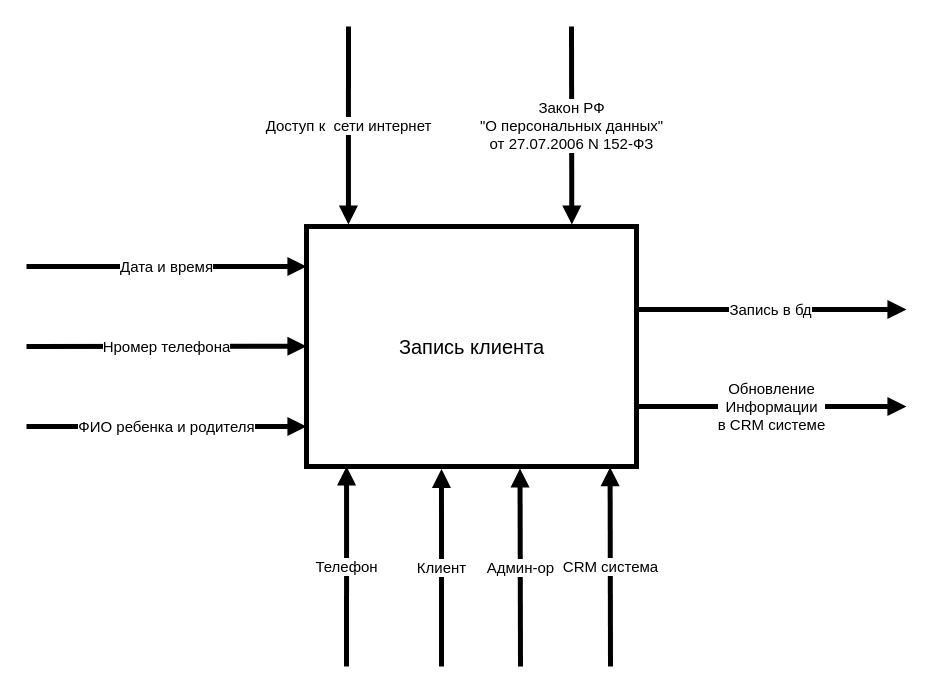
Above: TO_BE1.drawio in kirillgladkih/diplom (draw.io), before the change. Source tidied: cells renumbered, new cells numbered last; positions are measured from the earlier drawing's top-left corner, leaving out a move shared by most shapes. Both pictures are drawn from the tidied source at 100%, with x=0, y=0 at pixel (26, 26).
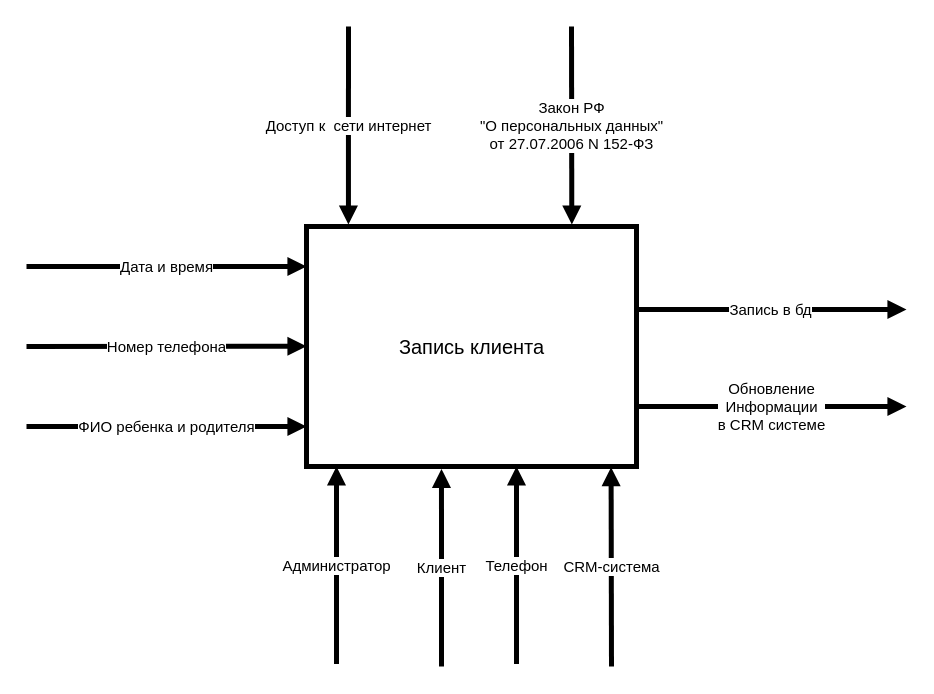
Above is the later version.

Unchanged cells that the change refers to:
```xml
<mxCell id="7" value="&lt;font style=&quot;font-size: 20px&quot;&gt;Запись клиента&lt;br&gt;&lt;/font&gt;" style="html=1;strokeWidth=5;fontSize=15;" parent="1" vertex="1">
  <mxGeometry x="280" y="200" width="330" height="240" as="geometry" />
</mxCell>
```

Diff of the diagram source:
```diff
@@
-    <mxCell id="5" value="&lt;font style=&quot;font-size: 15px;&quot;&gt;Админ-ор&lt;/font&gt;" style="endArrow=block;endFill=1;endSize=6;html=1;strokeWidth=5;entryX=0.647;entryY=1.008;entryDx=0;entryDy=0;entryPerimeter=0;fontSize=15;" parent="1" edge="1" target="7">
-      <mxGeometry relative="1" as="geometry">
-        <mxPoint x="494" y="640" as="sourcePoint" />
-      </mxGeometry>
-    </mxCell>
@@
-    <mxCell id="8" value="&lt;div&gt;&lt;font style=&quot;font-size: 15px&quot;&gt;CRM система&lt;/font&gt;&lt;br&gt;&lt;/div&gt;" style="endArrow=block;endFill=1;endSize=6;html=1;strokeWidth=5;fontSize=15;entryX=0.92;entryY=1.003;entryDx=0;entryDy=0;entryPerimeter=0;" parent="1" edge="1" target="7">
+    <mxCell id="8" value="&lt;div&gt;&lt;font style=&quot;font-size: 15px&quot;&gt;CRM-система&lt;/font&gt;&lt;br&gt;&lt;/div&gt;" style="endArrow=block;endFill=1;endSize=6;html=1;strokeWidth=5;fontSize=15;entryX=0.92;entryY=1.003;entryDx=0;entryDy=0;entryPerimeter=0;" parent="1" edge="1">
       <mxGeometry relative="1" as="geometry">
-        <mxPoint x="584" y="640" as="sourcePoint" />
+        <mxPoint x="585" y="640" as="sourcePoint" />
+        <mxPoint x="584.6" y="440.7" as="targetPoint" />
       </mxGeometry>
     </mxCell>
@@
-    <mxCell id="10" value="&lt;font style=&quot;font-size: 15px;&quot;&gt;Нромер телефона&lt;br style=&quot;font-size: 15px;&quot;&gt;&lt;/font&gt;" style="endArrow=block;endFill=1;endSize=6;html=1;strokeWidth=5;fontSize=15;" parent="1" edge="1">
+    <mxCell id="10" value="&lt;font style=&quot;font-size: 15px&quot;&gt;Номер телефона&lt;br style=&quot;font-size: 15px&quot;&gt;&lt;/font&gt;" style="endArrow=block;endFill=1;endSize=6;html=1;strokeWidth=5;fontSize=15;" parent="1" edge="1">
       <mxGeometry relative="1" as="geometry">
         <mxPoint y="320" as="sourcePoint" />
         <mxPoint x="280" y="319.7" as="targetPoint" />
       </mxGeometry>
     </mxCell>
@@
-    <mxCell id="14" value="Телефон" style="endArrow=block;endFill=1;endSize=6;html=1;strokeWidth=5;entryX=0.361;entryY=1;entryDx=0;entryDy=0;fontSize=15;entryPerimeter=0;" parent="1" edge="1">
+    <mxCell id="14" value="&lt;font style=&quot;font-size: 15px&quot;&gt;Телефон&lt;/font&gt;" style="endArrow=block;endFill=1;endSize=6;html=1;strokeWidth=5;entryX=0.409;entryY=1.01;entryDx=0;entryDy=0;fontSize=15;entryPerimeter=0;" parent="1" edge="1">
       <mxGeometry relative="1" as="geometry">
-        <mxPoint x="320" y="640" as="sourcePoint" />
-        <mxPoint x="320.1" y="440" as="targetPoint" />
+        <mxPoint x="490" y="637.6" as="sourcePoint" />
+        <mxPoint x="490" y="440" as="targetPoint" />
       </mxGeometry>
     </mxCell>
+    <mxCell id="15" value="Администратор" style="endArrow=block;endFill=1;endSize=6;html=1;strokeWidth=5;entryX=0.409;entryY=1.01;entryDx=0;entryDy=0;fontSize=15;entryPerimeter=0;" parent="1" edge="1">
+      <mxGeometry relative="1" as="geometry">
+        <mxPoint x="310" y="637.6" as="sourcePoint" />
+        <mxPoint x="310" y="440" as="targetPoint" />
+      </mxGeometry>
+    </mxCell>
```
